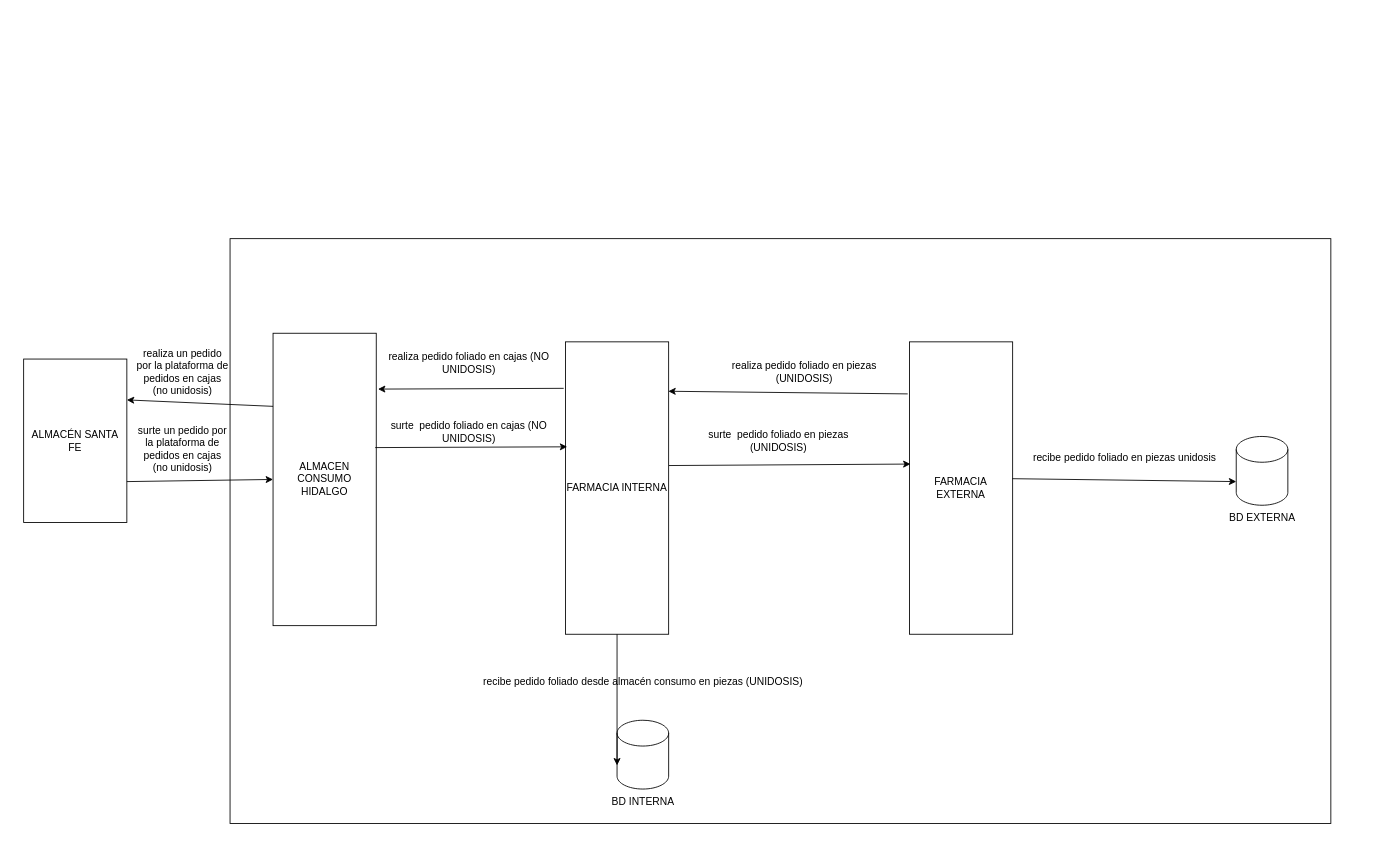
Above: ProcesoPedidos.drawio in ErnestoDanielTafoyaMolinaCYM/clases-cat-cym (draw.io), before the change. Source tidied: cells renumbered, new cells numbered last; positions are measured from the earlier drawing's top-left corner, leaving out a move shared by most shapes. Both pictures are drawn from the tidied source at 86%, with x=0, y=0 at pixel (23, 238).
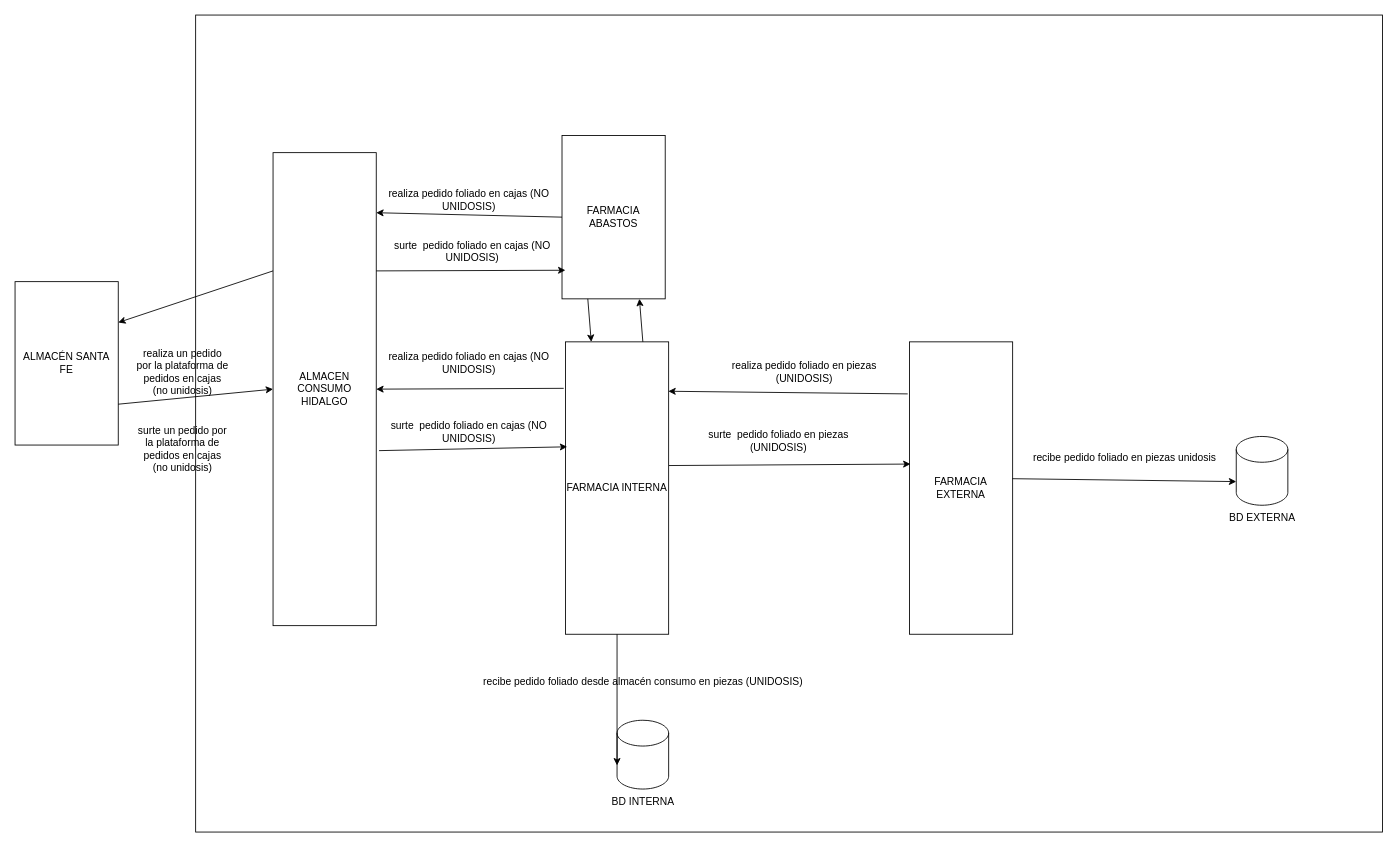
After the change.

Unchanged cells that the change refers to:
```xml
<mxCell id="5" value="FARMACIA INTERNA" style="rounded=0;whiteSpace=wrap;html=1;" parent="1" vertex="1">
  <mxGeometry x="630" y="120" width="120" height="340" as="geometry" />
</mxCell>
```

Change to the diagram source:
```diff
@@
     <mxCell id="2" style="rounded=0;whiteSpace=wrap;html=1;fillColor=light-dark(#FFFFFF,#1A1A1A);" parent="1" vertex="1">
-      <mxGeometry x="240" width="1280" height="680" as="geometry" />
+      <mxGeometry x="200" y="-260" width="1380" height="950" as="geometry" />
     </mxCell>
     <mxCell id="3" value="ALMACEN CONSUMO HIDALGO" style="rounded=0;whiteSpace=wrap;html=1;" parent="1" vertex="1">
-      <mxGeometry x="290" y="110" width="120" height="340" as="geometry" />
+      <mxGeometry x="290" y="-100" width="120" height="550" as="geometry" />
     </mxCell>
@@
     <mxCell id="6" value="ALMACÉN SANTA FE" style="rounded=0;whiteSpace=wrap;html=1;" parent="1" vertex="1">
-      <mxGeometry y="140" width="120" height="190" as="geometry" />
+      <mxGeometry x="-10" y="50" width="120" height="190" as="geometry" />
     </mxCell>
@@
-    <mxCell id="16" style="endArrow=classic;html=1;rounded=0;entryX=1.017;entryY=0.191;entryDx=0;entryDy=0;exitX=-0.017;exitY=0.159;exitDx=0;exitDy=0;exitPerimeter=0;entryPerimeter=0;" parent="1" edge="1" source="5" target="3">
+    <mxCell id="16" style="endArrow=classic;html=1;rounded=0;entryX=1;entryY=0.5;entryDx=0;entryDy=0;exitX=-0.017;exitY=0.159;exitDx=0;exitDy=0;exitPerimeter=0;" parent="1" edge="1" source="5" target="3">
       <mxGeometry relative="1" as="geometry" />
     </mxCell>
-    <mxCell id="17" style="endArrow=classic;html=1;rounded=0;entryX=0.017;entryY=0.359;entryDx=0;entryDy=0;entryPerimeter=0;exitX=0.99;exitY=0.391;exitDx=0;exitDy=0;exitPerimeter=0;" parent="1" edge="1" source="3" target="5">
+    <mxCell id="17" style="endArrow=classic;html=1;rounded=0;entryX=0.017;entryY=0.359;entryDx=0;entryDy=0;entryPerimeter=0;exitX=1.027;exitY=0.63;exitDx=0;exitDy=0;exitPerimeter=0;" parent="1" edge="1" source="3" target="5">
       <mxGeometry relative="1" as="geometry" />
     </mxCell>
@@
+    <mxCell id="27" value="FARMACIA ABASTOS" style="rounded=0;whiteSpace=wrap;html=1;" parent="1" vertex="1">
+      <mxGeometry x="626" y="-120" width="120" height="190" as="geometry" />
+    </mxCell>
+    <mxCell id="28" style="endArrow=classic;html=1;rounded=0;entryX=1;entryY=0.127;entryDx=0;entryDy=0;exitX=0;exitY=0.5;exitDx=0;exitDy=0;entryPerimeter=0;" parent="1" edge="1" source="27" target="3">
+      <mxGeometry relative="1" as="geometry" />
+    </mxCell>
+    <mxCell id="29" value="realiza pedido foliado en cajas (NO UNIDOSIS)" style="text;html=1;align=center;verticalAlign=middle;whiteSpace=wrap;rounded=0;rotation=0;" parent="1" vertex="1">
+      <mxGeometry x="410" y="-60" width="216" height="30" as="geometry" />
+    </mxCell>
+    <mxCell id="30" value="surte&amp;nbsp; pedido foliado en cajas (NO UNIDOSIS)" style="text;html=1;align=center;verticalAlign=middle;whiteSpace=wrap;rounded=0;" parent="1" vertex="1">
+      <mxGeometry x="414" width="216" height="30" as="geometry" />
+    </mxCell>
+    <mxCell id="31" style="endArrow=classic;html=1;rounded=0;entryX=0.033;entryY=0.825;entryDx=0;entryDy=0;exitX=1;exitY=0.25;exitDx=0;exitDy=0;entryPerimeter=0;" parent="1" edge="1" source="3" target="27">
+      <mxGeometry relative="1" as="geometry" />
+    </mxCell>
+    <mxCell id="32" style="endArrow=classic;html=1;rounded=0;entryX=0.75;entryY=1;entryDx=0;entryDy=0;exitX=0.75;exitY=0;exitDx=0;exitDy=0;" parent="1" edge="1" source="5" target="27">
+      <mxGeometry relative="1" as="geometry" />
+    </mxCell>
+    <mxCell id="33" style="endArrow=classic;html=1;rounded=0;entryX=0.25;entryY=0;entryDx=0;entryDy=0;exitX=0.25;exitY=1;exitDx=0;exitDy=0;" parent="1" edge="1" source="27" target="5">
+      <mxGeometry relative="1" as="geometry" />
+    </mxCell>
```
